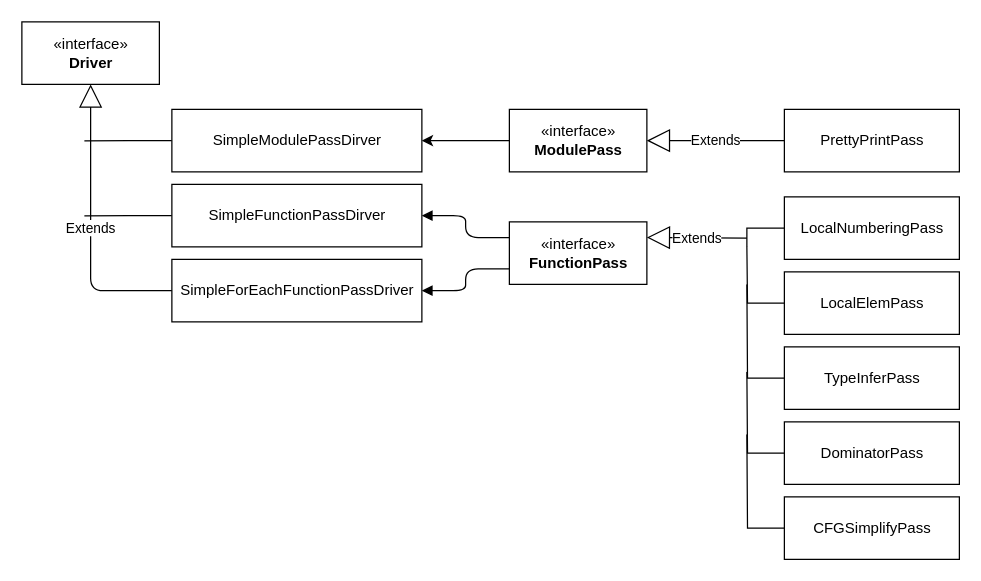
Above: Images/4.MIR/analysis-framework.drawio in NineKa/sable-wasm-thesis (draw.io), before the change. Source tidied: cells renumbered, new cells numbered last; positions are measured from the earlier drawing's top-left corner, leaving out a move shared by most shapes. Both pictures are drawn from the tidied source at 125%, with x=0, y=0 at pixel (21, 21).
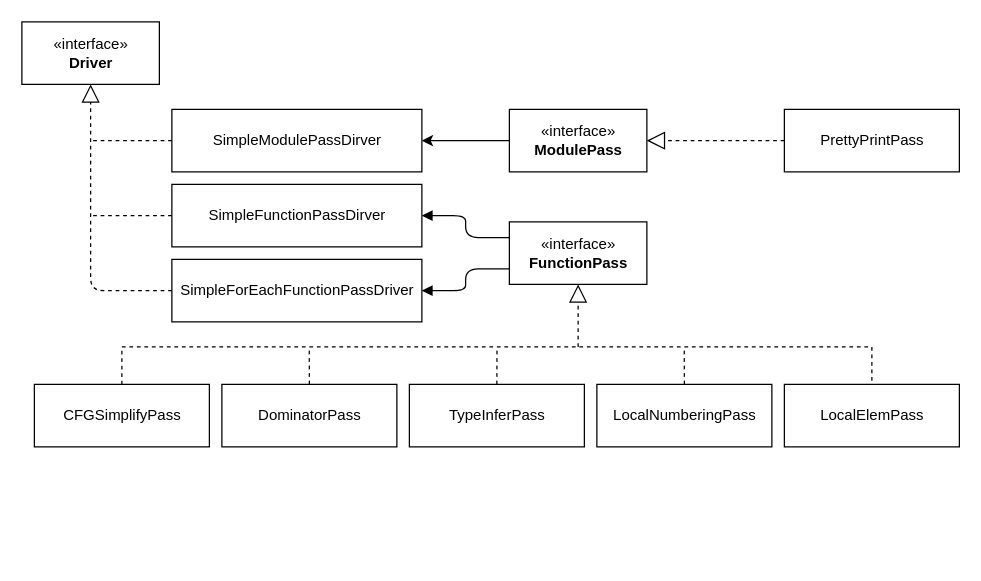
The same diagram, later.

Commit message (it also covers changes not shown here):
analysis framework intro

Unchanged cells that the change refers to:
```xml
<mxCell id="2" value="«interface»&lt;br&gt;&lt;b&gt;Driver&lt;/b&gt;" style="html=1;" parent="1" vertex="1">
  <mxGeometry width="110" height="50" as="geometry" />
</mxCell>
<mxCell id="4" value="«interface»&lt;br&gt;&lt;b&gt;ModulePass&lt;/b&gt;" style="html=1;" parent="1" vertex="1">
  <mxGeometry x="390" y="70" width="110" height="50" as="geometry" />
</mxCell>
<mxCell id="5" value="«interface»&lt;br&gt;&lt;b&gt;FunctionPass&lt;/b&gt;" style="html=1;" parent="1" vertex="1">
  <mxGeometry x="390" y="160" width="110" height="50" as="geometry" />
</mxCell>
<mxCell id="7" value="SimpleModulePassDirver" style="html=1;" parent="1" vertex="1">
  <mxGeometry x="120" y="70" width="200" height="50" as="geometry" />
</mxCell>
<mxCell id="9" value="SimpleFunctionPassDirver" style="html=1;" parent="1" vertex="1">
  <mxGeometry x="120" y="130" width="200" height="50" as="geometry" />
</mxCell>
<mxCell id="10" value="&lt;span class=&quot;pl-en&quot;&gt;SimpleForEachFunctionPassDriver&lt;/span&gt;" style="html=1;" parent="1" vertex="1">
  <mxGeometry x="120" y="190" width="200" height="50" as="geometry" />
</mxCell>
<mxCell id="14" value="PrettyPrintPass" style="html=1;" parent="1" vertex="1">
  <mxGeometry x="610" y="70" width="140" height="50" as="geometry" />
</mxCell>
```

Change to the diagram source:
```diff
@@
-    <mxCell id="6" style="edgeStyle=orthogonalEdgeStyle;rounded=0;jettySize=auto;html=1;exitX=0;exitY=0.5;exitDx=0;exitDy=0;endArrow=none;endFill=0;" parent="1" edge="1" source="7">
-      <mxGeometry relative="1" as="geometry">
-        <mxPoint x="50" y="95.2" as="targetPoint" />
-      </mxGeometry>
-    </mxCell>
+    <mxCell id="27" style="edgeStyle=orthogonalEdgeStyle;rounded=0;jettySize=auto;html=1;exitX=0;exitY=0.5;exitDx=0;exitDy=0;dashed=1;endArrow=none;endFill=0;" parent="1" edge="1" source="7">
+      <mxGeometry relative="1" as="geometry">
+        <mxPoint x="55" y="95" as="targetPoint" />
+      </mxGeometry>
+    </mxCell>
@@
-    <mxCell id="8" style="edgeStyle=orthogonalEdgeStyle;rounded=0;jettySize=auto;html=1;exitX=0;exitY=0.5;exitDx=0;exitDy=0;endArrow=none;endFill=0;" parent="1" edge="1" source="9">
-      <mxGeometry relative="1" as="geometry">
-        <mxPoint x="50" y="155.2" as="targetPoint" />
-      </mxGeometry>
-    </mxCell>
+    <mxCell id="28" style="edgeStyle=orthogonalEdgeStyle;rounded=0;jettySize=auto;html=1;exitX=0;exitY=0.5;exitDx=0;exitDy=0;dashed=1;endArrow=none;endFill=0;" parent="1" edge="1" source="9">
+      <mxGeometry relative="1" as="geometry">
+        <mxPoint x="55" y="155" as="targetPoint" />
+      </mxGeometry>
+    </mxCell>
@@
-    <mxCell id="11" value="Extends" style="endArrow=block;endSize=16;endFill=0;html=1;entryX=0.5;entryY=1;entryDx=0;entryDy=0;exitX=0;exitY=0.5;exitDx=0;exitDy=0;" parent="1" edge="1" source="10" target="2">
-      <mxGeometry relative="1" as="geometry">
-        <Array as="points">
-          <mxPoint x="55" y="215" />
-        </Array>
-      </mxGeometry>
-    </mxCell>
@@
+    <mxCell id="29" style="edgeStyle=orthogonalEdgeStyle;rounded=0;jettySize=auto;html=1;exitX=0.5;exitY=0;exitDx=0;exitDy=0;endArrow=none;endFill=0;entryX=0.5;entryY=0;entryDx=0;entryDy=0;dashed=1;" parent="1" edge="1" source="17" target="25">
+      <mxGeometry relative="1" as="geometry">
+        <Array as="points">
+          <mxPoint x="80" y="260" />
+          <mxPoint x="680" y="260" />
+        </Array>
+      </mxGeometry>
+    </mxCell>
+    <mxCell id="17" value="CFGSimplifyPass" style="html=1;" parent="1" vertex="1">
+      <mxGeometry x="10" y="290" width="140" height="50" as="geometry" />
+    </mxCell>
+    <mxCell id="30" style="edgeStyle=orthogonalEdgeStyle;rounded=0;jettySize=auto;html=1;exitX=0.5;exitY=0;exitDx=0;exitDy=0;endArrow=none;endFill=0;dashed=1;" parent="1" edge="1" source="19">
+      <mxGeometry relative="1" as="geometry">
+        <mxPoint x="229.9" y="260" as="targetPoint" />
+      </mxGeometry>
+    </mxCell>
+    <mxCell id="19" value="DominatorPass" style="html=1;" parent="1" vertex="1">
+      <mxGeometry x="160" y="290" width="140" height="50" as="geometry" />
+    </mxCell>
+    <mxCell id="31" style="edgeStyle=orthogonalEdgeStyle;rounded=0;jettySize=auto;html=1;exitX=0.5;exitY=0;exitDx=0;exitDy=0;endArrow=none;endFill=0;dashed=1;" parent="1" edge="1" source="21">
+      <mxGeometry relative="1" as="geometry">
+        <mxPoint x="380.1" y="260" as="targetPoint" />
+      </mxGeometry>
+    </mxCell>
+    <mxCell id="21" value="TypeInferPass" style="html=1;" parent="1" vertex="1">
+      <mxGeometry x="310" y="290" width="140" height="50" as="geometry" />
+    </mxCell>
+    <mxCell id="32" style="edgeStyle=orthogonalEdgeStyle;rounded=0;jettySize=auto;html=1;exitX=0.5;exitY=0;exitDx=0;exitDy=0;endArrow=none;endFill=0;dashed=1;" parent="1" edge="1" source="23">
+      <mxGeometry relative="1" as="geometry">
+        <mxPoint x="529.9" y="260" as="targetPoint" />
+      </mxGeometry>
+    </mxCell>
+    <mxCell id="23" value="LocalNumberingPass" style="html=1;" parent="1" vertex="1">
+      <mxGeometry x="460" y="290" width="140" height="50" as="geometry" />
+    </mxCell>
+    <mxCell id="25" value="LocalElemPass" style="html=1;" parent="1" vertex="1">
+      <mxGeometry x="610" y="290" width="140" height="50" as="geometry" />
+    </mxCell>
-    <mxCell id="15" value="Extends" style="endArrow=block;endSize=16;endFill=0;html=1;entryX=1;entryY=0.5;entryDx=0;entryDy=0;exitX=0;exitY=0.5;exitDx=0;exitDy=0;" parent="1" edge="1" source="14" target="4">
+    <mxCell id="15" style="endArrow=block;dashed=1;endFill=0;endSize=12;html=1;entryX=1;entryY=0.5;entryDx=0;entryDy=0;exitX=0;exitY=0.5;exitDx=0;exitDy=0;" parent="1" edge="1" source="14" target="4">
       <mxGeometry relative="1" as="geometry" />
     </mxCell>
-    <mxCell id="16" style="edgeStyle=orthogonalEdgeStyle;rounded=0;jettySize=auto;html=1;exitX=0;exitY=0.5;exitDx=0;exitDy=0;endArrow=none;endFill=0;" parent="1" edge="1" source="17">
-      <mxGeometry relative="1" as="geometry">
-        <mxPoint x="580" y="330" as="targetPoint" />
-      </mxGeometry>
-    </mxCell>
-    <mxCell id="17" value="CFGSimplifyPass" style="html=1;" parent="1" vertex="1">
-      <mxGeometry x="610" y="380" width="140" height="50" as="geometry" />
-    </mxCell>
-    <mxCell id="18" style="edgeStyle=orthogonalEdgeStyle;rounded=0;jettySize=auto;html=1;exitX=0;exitY=0.5;exitDx=0;exitDy=0;endArrow=none;endFill=0;" parent="1" edge="1" source="19">
-      <mxGeometry relative="1" as="geometry">
-        <mxPoint x="580" y="280" as="targetPoint" />
-      </mxGeometry>
-    </mxCell>
-    <mxCell id="19" value="DominatorPass" style="html=1;" parent="1" vertex="1">
-      <mxGeometry x="610" y="320" width="140" height="50" as="geometry" />
-    </mxCell>
-    <mxCell id="20" style="edgeStyle=orthogonalEdgeStyle;rounded=0;jettySize=auto;html=1;exitX=0;exitY=0.5;exitDx=0;exitDy=0;endArrow=none;endFill=0;" parent="1" edge="1" source="21">
-      <mxGeometry relative="1" as="geometry">
-        <mxPoint x="580" y="210" as="targetPoint" />
-      </mxGeometry>
-    </mxCell>
-    <mxCell id="21" value="TypeInferPass" style="html=1;" parent="1" vertex="1">
-      <mxGeometry x="610" y="260" width="140" height="50" as="geometry" />
-    </mxCell>
-    <mxCell id="22" style="edgeStyle=orthogonalEdgeStyle;rounded=0;jettySize=auto;html=1;exitX=0;exitY=0.5;exitDx=0;exitDy=0;endArrow=none;endFill=0;" parent="1" edge="1" source="23">
-      <mxGeometry relative="1" as="geometry">
-        <mxPoint x="580" y="180" as="targetPoint" />
-      </mxGeometry>
-    </mxCell>
-    <mxCell id="23" value="LocalNumberingPass" style="html=1;" parent="1" vertex="1">
-      <mxGeometry x="610" y="140" width="140" height="50" as="geometry" />
-    </mxCell>
-    <mxCell id="24" style="edgeStyle=orthogonalEdgeStyle;rounded=0;jettySize=auto;html=1;exitX=0;exitY=0.5;exitDx=0;exitDy=0;endArrow=none;endFill=0;" parent="1" edge="1" source="25">
-      <mxGeometry relative="1" as="geometry">
-        <mxPoint x="580" y="180" as="targetPoint" />
-      </mxGeometry>
-    </mxCell>
-    <mxCell id="25" value="LocalElemPass" style="html=1;" parent="1" vertex="1">
-      <mxGeometry x="610" y="200" width="140" height="50" as="geometry" />
-    </mxCell>
-    <mxCell id="26" value="Extends" style="endArrow=block;endSize=16;endFill=0;html=1;entryX=1;entryY=0.25;entryDx=0;entryDy=0;" parent="1" edge="1" target="5">
-      <mxGeometry relative="1" as="geometry">
-        <mxPoint x="580" y="173" as="sourcePoint" />
-      </mxGeometry>
-    </mxCell>
+    <mxCell id="33" style="endArrow=block;dashed=1;endFill=0;endSize=12;html=1;entryX=0.5;entryY=1;entryDx=0;entryDy=0;" parent="1" edge="1" target="5">
+      <mxGeometry relative="1" as="geometry">
+        <mxPoint x="445" y="260" as="sourcePoint" />
+      </mxGeometry>
+    </mxCell>
+    <mxCell id="11" style="endArrow=block;dashed=1;endFill=0;endSize=12;html=1;entryX=0.5;entryY=1;entryDx=0;entryDy=0;exitX=0;exitY=0.5;exitDx=0;exitDy=0;" parent="1" edge="1" source="10" target="2">
+      <mxGeometry relative="1" as="geometry">
+        <Array as="points">
+          <mxPoint x="55" y="215" />
+        </Array>
+      </mxGeometry>
+    </mxCell>
```
